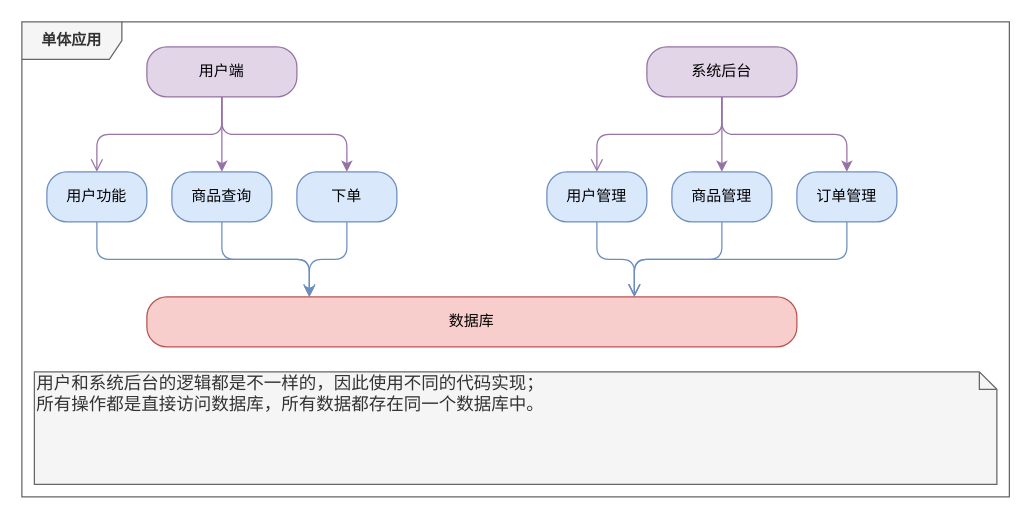
Earlier version of the draw.io diagram page "微服务架构演变" (2 of 2) of tyz-流程图.drawio (Woobhurk/tyz-pic-repo). Source tidied: cells renumbered, new cells numbered last; positions are measured from the earlier drawing's top-left corner, leaving out a move shared by most shapes. Both pictures are drawn from the tidied source at 125%, with x=0, y=0 at pixel (21, 21).
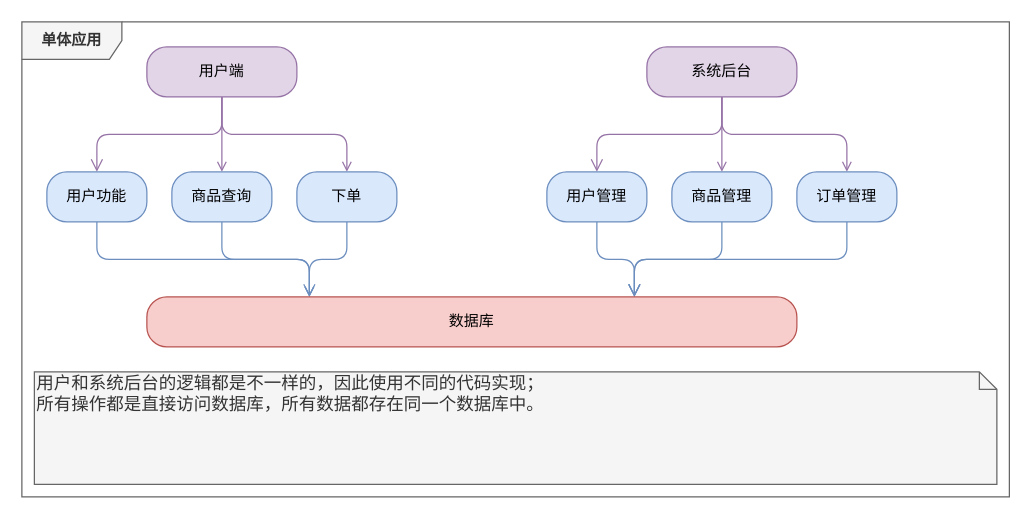
After the change.

The change refers to these unchanged cells:
```xml
<mxCell id="5" value="用户端" style="rounded=1;whiteSpace=wrap;html=1;arcSize=40;fillColor=#e1d5e7;strokeColor=#9673a6;" parent="1" vertex="1">
  <mxGeometry x="100" y="20" width="120" height="40" as="geometry" />
</mxCell>
<mxCell id="9" value="系统后台" style="rounded=1;whiteSpace=wrap;html=1;arcSize=40;fillColor=#e1d5e7;strokeColor=#9673a6;" parent="1" vertex="1">
  <mxGeometry x="500" y="20" width="120" height="40" as="geometry" />
</mxCell>
<mxCell id="11" value="用户管理" style="rounded=1;whiteSpace=wrap;html=1;arcSize=40;fillColor=#dae8fc;strokeColor=#6c8ebf;" parent="1" vertex="1">
  <mxGeometry x="420" y="120" width="80" height="40" as="geometry" />
</mxCell>
<mxCell id="13" value="商品管理" style="rounded=1;whiteSpace=wrap;html=1;arcSize=40;fillColor=#dae8fc;strokeColor=#6c8ebf;" parent="1" vertex="1">
  <mxGeometry x="520" y="120" width="80" height="40" as="geometry" />
</mxCell>
<mxCell id="15" value="订单管理" style="rounded=1;whiteSpace=wrap;html=1;arcSize=40;fillColor=#dae8fc;strokeColor=#6c8ebf;" parent="1" vertex="1">
  <mxGeometry x="620" y="120" width="80" height="40" as="geometry" />
</mxCell>
<mxCell id="17" value="用户功能" style="rounded=1;whiteSpace=wrap;html=1;arcSize=40;fillColor=#dae8fc;strokeColor=#6c8ebf;" parent="1" vertex="1">
  <mxGeometry x="20" y="120" width="80" height="40" as="geometry" />
</mxCell>
<mxCell id="20" value="商品查询" style="rounded=1;whiteSpace=wrap;html=1;arcSize=40;fillColor=#dae8fc;strokeColor=#6c8ebf;" parent="1" vertex="1">
  <mxGeometry x="120" y="120" width="80" height="40" as="geometry" />
</mxCell>
<mxCell id="22" value="下单" style="rounded=1;whiteSpace=wrap;html=1;arcSize=40;fillColor=#dae8fc;strokeColor=#6c8ebf;" parent="1" vertex="1">
  <mxGeometry x="220" y="120" width="80" height="40" as="geometry" />
</mxCell>
<mxCell id="23" value="数据库" style="rounded=1;whiteSpace=wrap;html=1;arcSize=40;fillColor=#f8cecc;strokeColor=#b85450;fontStyle=0;" parent="1" vertex="1">
  <mxGeometry x="100" y="220" width="520" height="40" as="geometry" />
</mxCell>
```

Diff of the diagram source:
```diff
@@
-    <mxCell id="3" style="edgeStyle=orthogonalEdgeStyle;rounded=1;jettySize=auto;html=1;exitX=0.5;exitY=1;exitDx=0;exitDy=0;entryX=0.5;entryY=0;entryDx=0;entryDy=0;strokeColor=#9673a6;fillColor=#e1d5e7;" parent="1" edge="1" source="5" target="20">
+    <mxCell id="3" style="edgeStyle=orthogonalEdgeStyle;rounded=1;jettySize=auto;html=1;exitX=0.5;exitY=1;exitDx=0;exitDy=0;entryX=0.5;entryY=0;entryDx=0;entryDy=0;strokeColor=#9673a6;fillColor=#e1d5e7;endArrow=open;endFill=0;" parent="1" edge="1" source="5" target="20">
       <mxGeometry relative="1" as="geometry" />
     </mxCell>
-    <mxCell id="4" style="edgeStyle=orthogonalEdgeStyle;rounded=1;jettySize=auto;html=1;exitX=0.5;exitY=1;exitDx=0;exitDy=0;strokeColor=#9673a6;fillColor=#e1d5e7;" parent="1" edge="1" source="5" target="22">
+    <mxCell id="4" style="edgeStyle=orthogonalEdgeStyle;rounded=1;jettySize=auto;html=1;exitX=0.5;exitY=1;exitDx=0;exitDy=0;strokeColor=#9673a6;fillColor=#e1d5e7;endArrow=open;endFill=0;" parent="1" edge="1" source="5" target="22">
       <mxGeometry relative="1" as="geometry" />
     </mxCell>
@@
-    <mxCell id="6" style="edgeStyle=orthogonalEdgeStyle;html=1;verticalAlign=bottom;endArrow=open;endSize=8;strokeColor=#9673a6;rounded=1;entryX=0.5;entryY=0;entryDx=0;entryDy=0;exitX=0.5;exitY=1;exitDx=0;exitDy=0;fillColor=#e1d5e7;" parent="1" edge="1" source="5" target="17">
+    <mxCell id="6" style="edgeStyle=orthogonalEdgeStyle;html=1;verticalAlign=bottom;endArrow=open;endSize=8;strokeColor=#9673a6;rounded=1;entryX=0.5;entryY=0;entryDx=0;entryDy=0;exitX=0.5;exitY=1;exitDx=0;exitDy=0;fillColor=#e1d5e7;endFill=0;" parent="1" edge="1" source="5" target="17">
       <mxGeometry relative="1" as="geometry" />
     </mxCell>
-    <mxCell id="7" style="edgeStyle=orthogonalEdgeStyle;rounded=1;jettySize=auto;html=1;exitX=0.5;exitY=1;exitDx=0;exitDy=0;entryX=0.5;entryY=0;entryDx=0;entryDy=0;strokeColor=#9673a6;fillColor=#e1d5e7;" parent="1" edge="1" source="9" target="13">
+    <mxCell id="7" style="edgeStyle=orthogonalEdgeStyle;rounded=1;jettySize=auto;html=1;exitX=0.5;exitY=1;exitDx=0;exitDy=0;entryX=0.5;entryY=0;entryDx=0;entryDy=0;strokeColor=#9673a6;fillColor=#e1d5e7;endArrow=open;endFill=0;" parent="1" edge="1" source="9" target="13">
       <mxGeometry relative="1" as="geometry" />
     </mxCell>
-    <mxCell id="8" style="edgeStyle=orthogonalEdgeStyle;rounded=1;jettySize=auto;html=1;exitX=0.5;exitY=1;exitDx=0;exitDy=0;entryX=0.5;entryY=0;entryDx=0;entryDy=0;strokeColor=#9673a6;fillColor=#e1d5e7;" parent="1" edge="1" source="9" target="15">
+    <mxCell id="8" style="edgeStyle=orthogonalEdgeStyle;rounded=1;jettySize=auto;html=1;exitX=0.5;exitY=1;exitDx=0;exitDy=0;entryX=0.5;entryY=0;entryDx=0;entryDy=0;strokeColor=#9673a6;fillColor=#e1d5e7;endArrow=open;endFill=0;" parent="1" edge="1" source="9" target="15">
       <mxGeometry relative="1" as="geometry" />
     </mxCell>
@@
-    <mxCell id="10" style="edgeStyle=orthogonalEdgeStyle;html=1;verticalAlign=bottom;endArrow=open;endSize=8;strokeColor=#9673a6;entryX=0.5;entryY=0;entryDx=0;entryDy=0;exitX=0.5;exitY=1;exitDx=0;exitDy=0;rounded=1;fillColor=#e1d5e7;" parent="1" edge="1" source="9" target="11">
+    <mxCell id="10" style="edgeStyle=orthogonalEdgeStyle;html=1;verticalAlign=bottom;endArrow=open;endSize=8;strokeColor=#9673a6;entryX=0.5;entryY=0;entryDx=0;entryDy=0;exitX=0.5;exitY=1;exitDx=0;exitDy=0;rounded=1;fillColor=#e1d5e7;endFill=0;" parent="1" edge="1" source="9" target="11">
       <mxGeometry relative="1" as="geometry">
         <Array as="points">
           <mxPoint x="560" y="90" />
           <mxPoint x="460" y="90" />
         </Array>
       </mxGeometry>
     </mxCell>
@@
-    <mxCell id="12" style="edgeStyle=orthogonalEdgeStyle;html=1;verticalAlign=bottom;endArrow=open;endSize=8;strokeColor=#6c8ebf;rounded=1;entryX=0.75;entryY=0;entryDx=0;entryDy=0;fillColor=#dae8fc;" parent="1" edge="1" source="11" target="23">
+    <mxCell id="12" style="edgeStyle=orthogonalEdgeStyle;html=1;verticalAlign=bottom;endArrow=open;endSize=8;strokeColor=#6c8ebf;rounded=1;entryX=0.75;entryY=0;entryDx=0;entryDy=0;fillColor=#dae8fc;endFill=0;" parent="1" edge="1" source="11" target="23">
       <mxGeometry relative="1" as="geometry">
         <Array as="points">
           <mxPoint x="460" y="190" />
           <mxPoint x="490" y="190" />
         </Array>
       </mxGeometry>
     </mxCell>
@@
-    <mxCell id="14" style="edgeStyle=orthogonalEdgeStyle;html=1;verticalAlign=bottom;endArrow=open;endSize=8;strokeColor=#6c8ebf;rounded=1;entryX=0.75;entryY=0;entryDx=0;entryDy=0;fillColor=#dae8fc;" parent="1" edge="1" source="13" target="23">
+    <mxCell id="14" style="edgeStyle=orthogonalEdgeStyle;html=1;verticalAlign=bottom;endArrow=open;endSize=8;strokeColor=#6c8ebf;rounded=1;entryX=0.75;entryY=0;entryDx=0;entryDy=0;fillColor=#dae8fc;endFill=0;" parent="1" edge="1" source="13" target="23">
       <mxGeometry relative="1" as="geometry">
         <Array as="points">
           <mxPoint x="560" y="190" />
           <mxPoint x="490" y="190" />
         </Array>
       </mxGeometry>
     </mxCell>
@@
-    <mxCell id="16" style="edgeStyle=orthogonalEdgeStyle;html=1;verticalAlign=bottom;endArrow=open;endSize=8;strokeColor=#6c8ebf;rounded=1;entryX=0.75;entryY=0;entryDx=0;entryDy=0;fillColor=#dae8fc;" parent="1" edge="1" source="15" target="23">
+    <mxCell id="16" style="edgeStyle=orthogonalEdgeStyle;html=1;verticalAlign=bottom;endArrow=open;endSize=8;strokeColor=#6c8ebf;rounded=1;entryX=0.75;entryY=0;entryDx=0;entryDy=0;fillColor=#dae8fc;endFill=0;" parent="1" edge="1" source="15" target="23">
       <mxGeometry relative="1" as="geometry">
         <Array as="points">
           <mxPoint x="660" y="190" />
           <mxPoint x="490" y="190" />
         </Array>
       </mxGeometry>
     </mxCell>
@@
-    <mxCell id="18" style="edgeStyle=orthogonalEdgeStyle;html=1;verticalAlign=bottom;endArrow=open;endSize=8;strokeColor=#6c8ebf;entryX=0.25;entryY=0;entryDx=0;entryDy=0;fillColor=#dae8fc;" parent="1" edge="1" source="17" target="23">
+    <mxCell id="18" style="edgeStyle=orthogonalEdgeStyle;html=1;verticalAlign=bottom;endArrow=open;endSize=8;strokeColor=#6c8ebf;entryX=0.25;entryY=0;entryDx=0;entryDy=0;fillColor=#dae8fc;endFill=0;" parent="1" edge="1" source="17" target="23">
       <mxGeometry relative="1" as="geometry">
         <Array as="points">
           <mxPoint x="60" y="190" />
           <mxPoint x="230" y="190" />
         </Array>
       </mxGeometry>
     </mxCell>
-    <mxCell id="19" style="edgeStyle=orthogonalEdgeStyle;rounded=1;jettySize=auto;html=1;exitX=0.5;exitY=1;exitDx=0;exitDy=0;entryX=0.25;entryY=0;entryDx=0;entryDy=0;strokeColor=#6c8ebf;fillColor=#dae8fc;" parent="1" edge="1" source="20" target="23">
+    <mxCell id="19" style="edgeStyle=orthogonalEdgeStyle;rounded=1;jettySize=auto;html=1;exitX=0.5;exitY=1;exitDx=0;exitDy=0;entryX=0.25;entryY=0;entryDx=0;entryDy=0;strokeColor=#6c8ebf;fillColor=#dae8fc;endArrow=open;endFill=0;" parent="1" edge="1" source="20" target="23">
       <mxGeometry relative="1" as="geometry">
         <Array as="points">
           <mxPoint x="160" y="190" />
           <mxPoint x="230" y="190" />
         </Array>
       </mxGeometry>
     </mxCell>
@@
-    <mxCell id="21" style="edgeStyle=orthogonalEdgeStyle;rounded=1;jettySize=auto;html=1;exitX=0.5;exitY=1;exitDx=0;exitDy=0;strokeColor=#6c8ebf;entryX=0.25;entryY=0;entryDx=0;entryDy=0;fillColor=#dae8fc;" parent="1" edge="1" source="22" target="23">
+    <mxCell id="21" style="edgeStyle=orthogonalEdgeStyle;rounded=1;jettySize=auto;html=1;exitX=0.5;exitY=1;exitDx=0;exitDy=0;strokeColor=#6c8ebf;entryX=0.25;entryY=0;entryDx=0;entryDy=0;fillColor=#dae8fc;endArrow=open;endFill=0;" parent="1" edge="1" source="22" target="23">
       <mxGeometry relative="1" as="geometry">
         <Array as="points">
           <mxPoint x="260" y="190" />
           <mxPoint x="230" y="190" />
         </Array>
       </mxGeometry>
     </mxCell>
```
